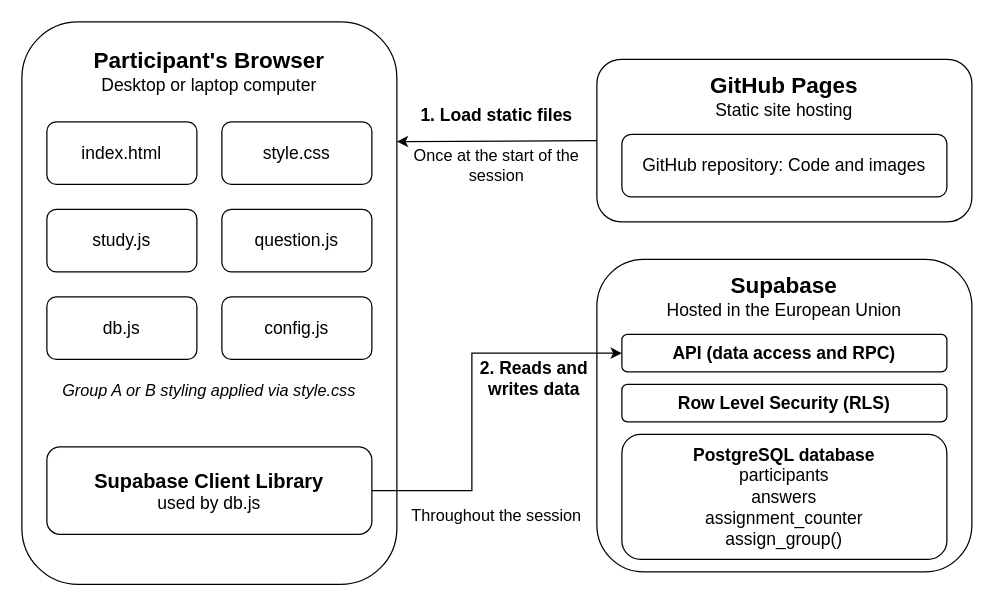
This is thesis_figure_seven.drawio from Matasem-h/SimpleFlowcharts, a draw.io file, before an edit. Source tidied: cells renumbered, new cells numbered last; positions are measured from the earlier drawing's top-left corner, leaving out a move shared by most shapes. Both pictures are drawn from the tidied source at 125%, with x=0, y=0 at pixel (21, 21).
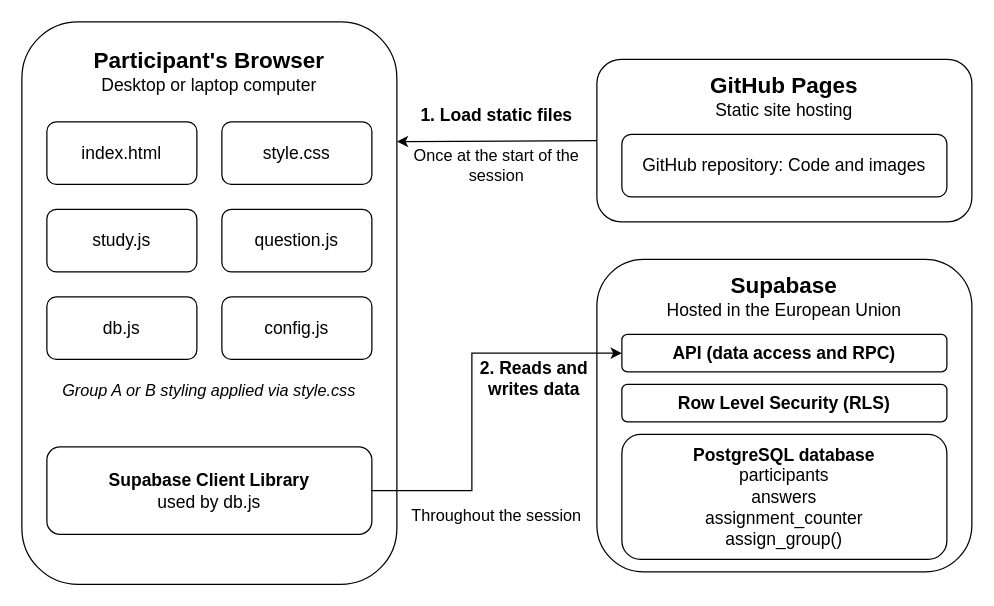
After the change.

Change to the diagram source:
```diff
@@
-    <mxCell id="5" value="&lt;div&gt;&lt;font style=&quot;font-size: 16px;&quot;&gt;&lt;b&gt;Supabase Client Library&lt;/b&gt;&lt;/font&gt;&lt;/div&gt;&lt;div&gt;&lt;font style=&quot;font-size: 14px;&quot;&gt;used by db.js&lt;/font&gt;&lt;/div&gt;" style="rounded=1;whiteSpace=wrap;html=1;roundedPerimeter=1;" parent="1" vertex="1">
+    <mxCell id="5" value="&lt;div&gt;&lt;font style=&quot;font-size: 14px;&quot;&gt;&lt;b&gt;Supabase Client Library&lt;/b&gt;&lt;/font&gt;&lt;/div&gt;&lt;div&gt;&lt;font style=&quot;font-size: 14px;&quot;&gt;used by db.js&lt;/font&gt;&lt;/div&gt;" style="rounded=1;whiteSpace=wrap;html=1;roundedPerimeter=1;" parent="1" vertex="1">
       <mxGeometry x="20" y="340" width="260" height="70" as="geometry" />
     </mxCell>
```
